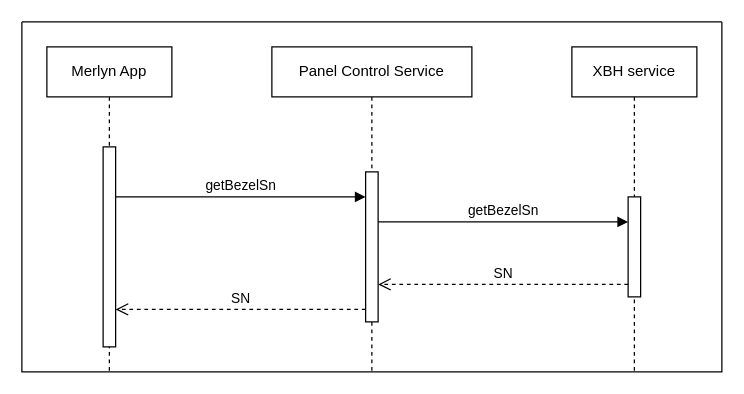
Before: prometheanworld_RCU_bezel_sn.drawio in windboat/draw.io, a draw.io diagram. Source tidied: cells renumbered, new cells numbered last; positions are measured from the earlier drawing's top-left corner, leaving out a move shared by most shapes. Both pictures are drawn from the tidied source at 125%, with x=0, y=0 at pixel (21, 21).
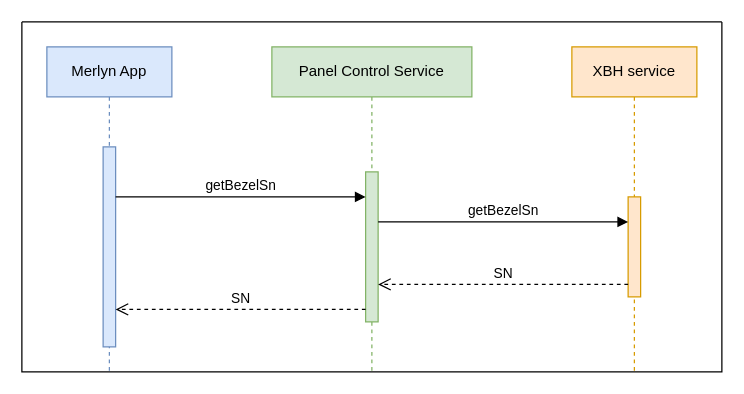
The same diagram, later.

The edit, as a diff of the source:
```diff
@@
 <mxGraphModel>
   <root>
     <mxCell id="0" />
     <mxCell id="1" parent="0" />
     <mxCell id="2" style="swimlane;startSize=0;" parent="1" vertex="1">
       <mxGeometry width="560" height="280" as="geometry" />
     </mxCell>
-    <mxCell id="3" value="Merlyn App" style="shape=umlLifeline;perimeter=lifelinePerimeter;whiteSpace=wrap;html=1;newEdgeStyle={&quot;edgeStyle&quot;:&quot;elbowEdgeStyle&quot;,&quot;elbow&quot;:&quot;vertical&quot;,&quot;curved&quot;:0,&quot;rounded&quot;:0};" parent="2" vertex="1">
+    <mxCell id="3" value="Merlyn App" style="shape=umlLifeline;perimeter=lifelinePerimeter;whiteSpace=wrap;html=1;newEdgeStyle={&quot;edgeStyle&quot;:&quot;elbowEdgeStyle&quot;,&quot;elbow&quot;:&quot;vertical&quot;,&quot;curved&quot;:0,&quot;rounded&quot;:0};fillColor=#dae8fc;strokeColor=#6c8ebf;" parent="2" vertex="1">
       <mxGeometry x="20" y="20" width="100" height="260" as="geometry" />
     </mxCell>
-    <mxCell id="4" style="html=1;perimeter=orthogonalPerimeter;targetShapes=umlLifeline;newEdgeStyle={&quot;edgeStyle&quot;:&quot;elbowEdgeStyle&quot;,&quot;elbow&quot;:&quot;vertical&quot;,&quot;curved&quot;:0,&quot;rounded&quot;:0};" parent="3" vertex="1">
+    <mxCell id="4" style="html=1;perimeter=orthogonalPerimeter;targetShapes=umlLifeline;newEdgeStyle={&quot;edgeStyle&quot;:&quot;elbowEdgeStyle&quot;,&quot;elbow&quot;:&quot;vertical&quot;,&quot;curved&quot;:0,&quot;rounded&quot;:0};fillColor=#dae8fc;strokeColor=#6c8ebf;" parent="3" vertex="1">
       <mxGeometry x="45" y="80" width="10" height="160" as="geometry" />
     </mxCell>
-    <mxCell id="5" value="Panel Control Service" style="shape=umlLifeline;perimeter=lifelinePerimeter;whiteSpace=wrap;html=1;newEdgeStyle={&quot;edgeStyle&quot;:&quot;elbowEdgeStyle&quot;,&quot;elbow&quot;:&quot;vertical&quot;,&quot;curved&quot;:0,&quot;rounded&quot;:0};" parent="2" vertex="1">
+    <mxCell id="5" value="Panel Control Service" style="shape=umlLifeline;perimeter=lifelinePerimeter;whiteSpace=wrap;html=1;newEdgeStyle={&quot;edgeStyle&quot;:&quot;elbowEdgeStyle&quot;,&quot;elbow&quot;:&quot;vertical&quot;,&quot;curved&quot;:0,&quot;rounded&quot;:0};fillColor=#d5e8d4;strokeColor=#82b366;" parent="2" vertex="1">
       <mxGeometry x="200" y="20" width="160" height="260" as="geometry" />
     </mxCell>
-    <mxCell id="6" style="html=1;perimeter=orthogonalPerimeter;targetShapes=umlLifeline;newEdgeStyle={&quot;edgeStyle&quot;:&quot;elbowEdgeStyle&quot;,&quot;elbow&quot;:&quot;vertical&quot;,&quot;curved&quot;:0,&quot;rounded&quot;:0};" parent="5" vertex="1">
+    <mxCell id="6" style="html=1;perimeter=orthogonalPerimeter;targetShapes=umlLifeline;newEdgeStyle={&quot;edgeStyle&quot;:&quot;elbowEdgeStyle&quot;,&quot;elbow&quot;:&quot;vertical&quot;,&quot;curved&quot;:0,&quot;rounded&quot;:0};fillColor=#d5e8d4;strokeColor=#82b366;" parent="5" vertex="1">
       <mxGeometry x="75" y="100" width="10" height="120" as="geometry" />
     </mxCell>
-    <mxCell id="7" value="XBH service" style="shape=umlLifeline;perimeter=lifelinePerimeter;whiteSpace=wrap;html=1;newEdgeStyle={&quot;edgeStyle&quot;:&quot;elbowEdgeStyle&quot;,&quot;elbow&quot;:&quot;vertical&quot;,&quot;curved&quot;:0,&quot;rounded&quot;:0};" parent="2" vertex="1">
+    <mxCell id="7" value="XBH service" style="shape=umlLifeline;perimeter=lifelinePerimeter;whiteSpace=wrap;html=1;newEdgeStyle={&quot;edgeStyle&quot;:&quot;elbowEdgeStyle&quot;,&quot;elbow&quot;:&quot;vertical&quot;,&quot;curved&quot;:0,&quot;rounded&quot;:0};fillColor=#ffe6cc;strokeColor=#d79b00;" parent="2" vertex="1">
       <mxGeometry x="440" y="20" width="100" height="260" as="geometry" />
     </mxCell>
-    <mxCell id="8" style="html=1;perimeter=orthogonalPerimeter;targetShapes=umlLifeline;newEdgeStyle={&quot;edgeStyle&quot;:&quot;elbowEdgeStyle&quot;,&quot;elbow&quot;:&quot;vertical&quot;,&quot;curved&quot;:0,&quot;rounded&quot;:0};" parent="7" vertex="1">
+    <mxCell id="8" style="html=1;perimeter=orthogonalPerimeter;targetShapes=umlLifeline;newEdgeStyle={&quot;edgeStyle&quot;:&quot;elbowEdgeStyle&quot;,&quot;elbow&quot;:&quot;vertical&quot;,&quot;curved&quot;:0,&quot;rounded&quot;:0};fillColor=#ffe6cc;strokeColor=#d79b00;" parent="7" vertex="1">
       <mxGeometry x="45" y="120" width="10" height="80" as="geometry" />
     </mxCell>
     <mxCell id="9" value="getBezelSn" style="html=1;verticalAlign=bottom;endArrow=block;edgeStyle=elbowEdgeStyle;elbow=vertical;curved=0;rounded=0;" parent="2" edge="1">
       <mxGeometry relative="1" as="geometry">
         <mxPoint x="75" y="140" as="sourcePoint" />
         <mxPoint x="275" y="140" as="targetPoint" />
       </mxGeometry>
     </mxCell>
     <mxCell id="10" value="getBezelSn" style="html=1;verticalAlign=bottom;endArrow=block;edgeStyle=elbowEdgeStyle;elbow=vertical;curved=0;rounded=0;" parent="2" edge="1">
       <mxGeometry relative="1" as="geometry">
         <mxPoint x="285" y="160" as="sourcePoint" />
         <mxPoint x="485" y="160" as="targetPoint" />
       </mxGeometry>
     </mxCell>
     <mxCell id="11" value="SN" style="html=1;verticalAlign=bottom;endArrow=open;dashed=1;endSize=8;edgeStyle=elbowEdgeStyle;elbow=vertical;curved=0;rounded=0;" parent="2" edge="1">
       <mxGeometry relative="1" as="geometry">
         <mxPoint x="485" y="210" as="sourcePoint" />
         <mxPoint x="285" y="210" as="targetPoint" />
       </mxGeometry>
     </mxCell>
     <mxCell id="12" value="SN" style="html=1;verticalAlign=bottom;endArrow=open;dashed=1;endSize=8;edgeStyle=elbowEdgeStyle;elbow=vertical;curved=0;rounded=0;" parent="2" edge="1">
       <mxGeometry relative="1" as="geometry">
         <mxPoint x="275" y="230" as="sourcePoint" />
         <mxPoint x="75" y="230" as="targetPoint" />
       </mxGeometry>
     </mxCell>
   </root>
 </mxGraphModel>
```
